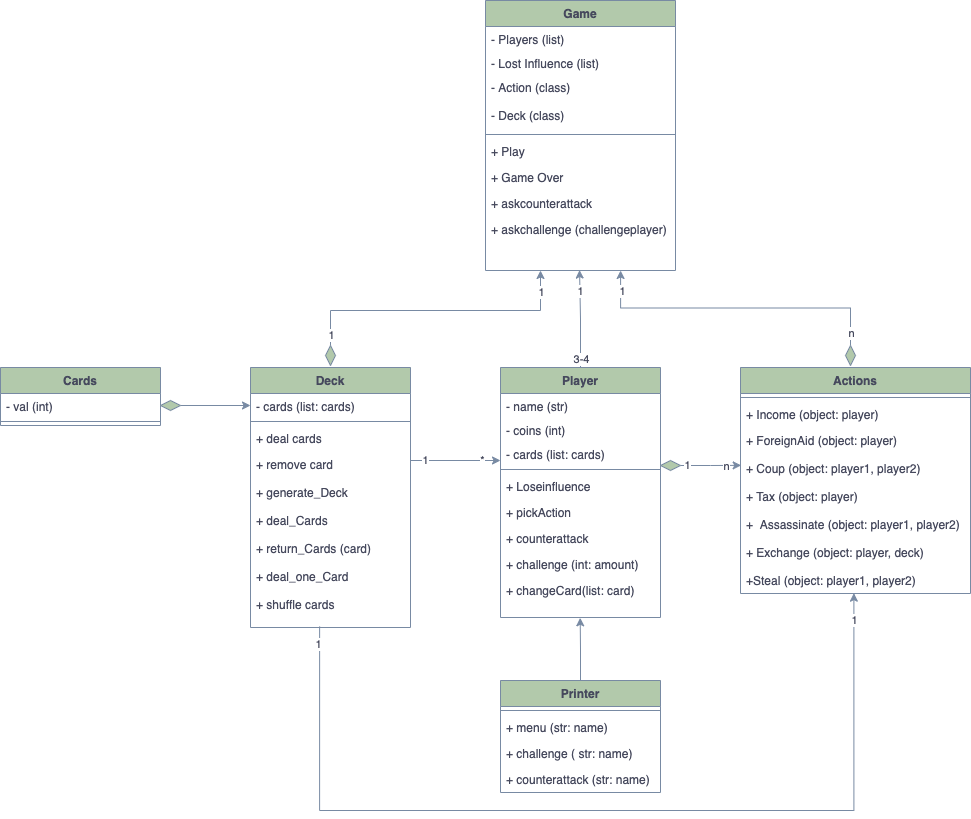
ICC3103-202110/proyecto-01-pizarro_montero keeps this draw.io diagram as Proyecto1_POO.png. Above is the earlier version. Source tidied: cells renumbered, new cells last; positions are measured from the earlier drawing's top-left corner, leaving out a move shared by most shapes. Its diagram source:
```xml
<mxGraphModel>
  <root>
    <mxCell id="0" />
    <mxCell id="1" parent="0" />
    <mxCell id="2" style="edgeStyle=orthogonalEdgeStyle;rounded=0;jettySize=auto;html=1;entryX=0.495;entryY=0.992;entryDx=0;entryDy=0;entryPerimeter=0;fillColor=#B2C9AB;startArrow=none;exitX=0.5;exitY=0;exitDx=0;exitDy=0;strokeColor=#788AA3;fontColor=#46495D;" parent="1" edge="1" source="5" target="44">
      <mxGeometry relative="1" as="geometry" />
    </mxCell>
    <mxCell id="3" value="3-4" style="edgeLabel;html=1;align=center;verticalAlign=middle;fontColor=#46495D;" parent="2" vertex="1">
      <mxGeometry x="-0.82" relative="1" as="geometry" />
    </mxCell>
    <mxCell id="4" value="1" style="edgeLabel;html=1;align=center;verticalAlign=middle;fontColor=#46495D;" parent="2" vertex="1">
      <mxGeometry x="0.56" relative="1" as="geometry" />
    </mxCell>
    <mxCell id="5" value="Player" style="swimlane;fontStyle=1;align=center;verticalAlign=top;horizontal=1;startSize=26;fillColor=#B2C9AB;fontColor=#46495D;strokeColor=#788AA3;" parent="1" vertex="1">
      <mxGeometry x="500" y="367" width="160" height="250" as="geometry" />
    </mxCell>
    <mxCell id="6" value="- name (str)&#10;" style="text;strokeColor=none;fillColor=none;align=left;verticalAlign=top;spacingLeft=4;spacingRight=4;overflow=hidden;fontColor=#46495D;" parent="5" vertex="1">
      <mxGeometry y="26" width="160" height="24" as="geometry" />
    </mxCell>
    <mxCell id="7" value="- coins (int)&#10;" style="text;strokeColor=none;fillColor=none;align=left;verticalAlign=top;spacingLeft=4;spacingRight=4;overflow=hidden;fontColor=#46495D;" parent="5" vertex="1">
      <mxGeometry y="50" width="160" height="24" as="geometry" />
    </mxCell>
    <mxCell id="8" value="- cards (list: cards)" style="text;strokeColor=none;fillColor=none;align=left;verticalAlign=top;spacingLeft=4;spacingRight=4;overflow=hidden;fontColor=#46495D;" parent="5" vertex="1">
      <mxGeometry y="74" width="160" height="24" as="geometry" />
    </mxCell>
    <mxCell id="9" style="line;strokeWidth=1;fillColor=none;align=left;verticalAlign=middle;spacingTop=-1;spacingLeft=3;spacingRight=3;labelPosition=right;fontColor=#46495D;strokeColor=#788AA3;" parent="5" vertex="1">
      <mxGeometry y="98" width="160" height="8" as="geometry" />
    </mxCell>
    <mxCell id="10" value="+ Loseinfluence" style="text;strokeColor=none;fillColor=none;align=left;verticalAlign=top;spacingLeft=4;spacingRight=4;overflow=hidden;fontColor=#46495D;" parent="5" vertex="1">
      <mxGeometry y="106" width="160" height="26" as="geometry" />
    </mxCell>
    <mxCell id="11" value="+ pickAction" style="text;strokeColor=none;fillColor=none;align=left;verticalAlign=top;spacingLeft=4;spacingRight=4;overflow=hidden;fontColor=#46495D;" parent="5" vertex="1">
      <mxGeometry y="132" width="160" height="26" as="geometry" />
    </mxCell>
    <mxCell id="12" value="+ counterattack" style="text;strokeColor=none;fillColor=none;align=left;verticalAlign=top;spacingLeft=4;spacingRight=4;overflow=hidden;fontColor=#46495D;" parent="5" vertex="1">
      <mxGeometry y="158" width="160" height="26" as="geometry" />
    </mxCell>
    <mxCell id="13" value="+ challenge (int: amount)" style="text;strokeColor=none;fillColor=none;align=left;verticalAlign=top;spacingLeft=4;spacingRight=4;overflow=hidden;fontColor=#46495D;" parent="5" vertex="1">
      <mxGeometry y="184" width="160" height="26" as="geometry" />
    </mxCell>
    <mxCell id="14" value="+ changeCard(list: card)" style="text;strokeColor=none;fillColor=none;align=left;verticalAlign=top;spacingLeft=4;spacingRight=4;overflow=hidden;points=[[0,0.5],[1,0.5]];portConstraint=eastwest;fontColor=#46495D;" parent="5" vertex="1">
      <mxGeometry y="210" width="160" height="40" as="geometry" />
    </mxCell>
    <mxCell id="15" value="Actions" style="swimlane;fontStyle=1;align=center;verticalAlign=top;horizontal=1;startSize=26;strokeColor=#788AA3;fillColor=#B2C9AB;fontColor=#46495D;" parent="1" vertex="1">
      <mxGeometry x="740" y="367" width="230" height="226" as="geometry" />
    </mxCell>
    <mxCell id="16" style="line;strokeWidth=1;fillColor=none;align=left;verticalAlign=middle;spacingTop=-1;spacingLeft=3;spacingRight=3;labelPosition=right;fontColor=#46495D;strokeColor=#788AA3;" parent="15" vertex="1">
      <mxGeometry y="26" width="230" height="8" as="geometry" />
    </mxCell>
    <mxCell id="17" value="+ Income (object: player)" style="text;strokeColor=none;fillColor=none;align=left;verticalAlign=top;spacingLeft=4;spacingRight=4;overflow=hidden;fontColor=#46495D;" parent="15" vertex="1">
      <mxGeometry y="34" width="230" height="26" as="geometry" />
    </mxCell>
    <mxCell id="18" value="+ ForeignAid (object: player)&#10;&#10;+ Coup (object: player1, player2)&#10;&#10;+ Tax (object: player)&#10;&#10;+  Assassinate (object: player1, player2)&#10;&#10;+ Exchange (object: player, deck)&#10;&#10;+Steal (object: player1, player2)" style="text;strokeColor=none;fillColor=none;align=left;verticalAlign=top;spacingLeft=4;spacingRight=4;overflow=hidden;points=[[0,0.5],[1,0.5]];portConstraint=eastwest;fontColor=#46495D;" parent="15" vertex="1">
      <mxGeometry y="60" width="230" height="166" as="geometry" />
    </mxCell>
    <mxCell id="19" style="edgeStyle=orthogonalEdgeStyle;rounded=0;jettySize=auto;html=1;entryX=0.498;entryY=1.008;entryDx=0;entryDy=0;entryPerimeter=0;fillColor=#B2C9AB;strokeColor=#788AA3;fontColor=#46495D;" parent="1" edge="1" source="20" target="14">
      <mxGeometry relative="1" as="geometry" />
    </mxCell>
    <mxCell id="20" value="Printer" style="swimlane;fontStyle=1;align=center;verticalAlign=top;horizontal=1;startSize=26;strokeColor=#788AA3;fillColor=#B2C9AB;fontColor=#46495D;" parent="1" vertex="1">
      <mxGeometry x="500" y="680" width="160" height="112" as="geometry" />
    </mxCell>
    <mxCell id="21" style="line;strokeWidth=1;fillColor=none;align=left;verticalAlign=middle;spacingTop=-1;spacingLeft=3;spacingRight=3;labelPosition=right;fontColor=#46495D;strokeColor=#788AA3;" parent="20" vertex="1">
      <mxGeometry y="26" width="160" height="8" as="geometry" />
    </mxCell>
    <mxCell id="22" value="+ menu (str: name)" style="text;strokeColor=none;fillColor=none;align=left;verticalAlign=top;spacingLeft=4;spacingRight=4;overflow=hidden;fontColor=#46495D;" parent="20" vertex="1">
      <mxGeometry y="34" width="160" height="26" as="geometry" />
    </mxCell>
    <mxCell id="23" value="+ challenge ( str: name)" style="text;strokeColor=none;fillColor=none;align=left;verticalAlign=top;spacingLeft=4;spacingRight=4;overflow=hidden;fontColor=#46495D;" parent="20" vertex="1">
      <mxGeometry y="60" width="160" height="26" as="geometry" />
    </mxCell>
    <mxCell id="24" value="+ counterattack (str: name)" style="text;strokeColor=none;fillColor=none;align=left;verticalAlign=top;spacingLeft=4;spacingRight=4;overflow=hidden;fontColor=#46495D;" parent="20" vertex="1">
      <mxGeometry y="86" width="160" height="26" as="geometry" />
    </mxCell>
    <mxCell id="25" value="Cards" style="swimlane;fontStyle=1;align=center;verticalAlign=top;horizontal=1;startSize=26;strokeColor=#788AA3;fillColor=#B2C9AB;fontColor=#46495D;" parent="1" vertex="1">
      <mxGeometry y="367" width="160" height="58" as="geometry" />
    </mxCell>
    <mxCell id="26" value="- val (int)" style="text;strokeColor=none;fillColor=none;align=left;verticalAlign=top;spacingLeft=4;spacingRight=4;overflow=hidden;points=[[0,0.5],[1,0.5]];portConstraint=eastwest;fontColor=#46495D;" parent="25" vertex="1">
      <mxGeometry y="26" width="160" height="24" as="geometry" />
    </mxCell>
    <mxCell id="27" style="line;strokeWidth=1;fillColor=none;align=left;verticalAlign=middle;spacingTop=-1;spacingLeft=3;spacingRight=3;labelPosition=right;fontColor=#46495D;strokeColor=#788AA3;" parent="25" vertex="1">
      <mxGeometry y="50" width="160" height="8" as="geometry" />
    </mxCell>
    <mxCell id="28" style="edgeStyle=orthogonalEdgeStyle;rounded=0;jettySize=auto;html=1;exitX=0;exitY=0.5;exitDx=0;exitDy=0;fillColor=#B2C9AB;startArrow=none;strokeColor=#788AA3;fontColor=#46495D;" parent="1" edge="1" source="52" target="44">
      <mxGeometry relative="1" as="geometry">
        <Array as="points">
          <mxPoint x="330" y="310" />
          <mxPoint x="540" y="310" />
        </Array>
      </mxGeometry>
    </mxCell>
    <mxCell id="29" value="1" style="edgeLabel;html=1;align=center;verticalAlign=middle;fontColor=#46495D;" parent="28" vertex="1">
      <mxGeometry x="-0.92" y="2" relative="1" as="geometry">
        <mxPoint x="2" as="offset" />
      </mxGeometry>
    </mxCell>
    <mxCell id="30" value="1" style="edgeLabel;html=1;align=center;verticalAlign=middle;fontColor=#46495D;" parent="28" vertex="1">
      <mxGeometry x="0.89" y="2" relative="1" as="geometry">
        <mxPoint x="2" y="5" as="offset" />
      </mxGeometry>
    </mxCell>
    <mxCell id="31" value="Deck" style="swimlane;fontStyle=1;align=center;verticalAlign=top;horizontal=1;startSize=26;strokeColor=#788AA3;fillColor=#B2C9AB;fontColor=#46495D;" parent="1" vertex="1">
      <mxGeometry x="250" y="367" width="160" height="260" as="geometry" />
    </mxCell>
    <mxCell id="32" value="- cards (list: cards)" style="text;strokeColor=none;fillColor=none;align=left;verticalAlign=top;spacingLeft=4;spacingRight=4;overflow=hidden;points=[[0,0.5],[1,0.5]];portConstraint=eastwest;fontColor=#46495D;" parent="31" vertex="1">
      <mxGeometry y="26" width="160" height="24" as="geometry" />
    </mxCell>
    <mxCell id="33" style="line;strokeWidth=1;fillColor=none;align=left;verticalAlign=middle;spacingTop=-1;spacingLeft=3;spacingRight=3;labelPosition=right;fontColor=#46495D;strokeColor=#788AA3;" parent="31" vertex="1">
      <mxGeometry y="50" width="160" height="8" as="geometry" />
    </mxCell>
    <mxCell id="34" value="+ deal cards  " style="text;strokeColor=none;fillColor=none;align=left;verticalAlign=top;spacingLeft=4;spacingRight=4;overflow=hidden;fontColor=#46495D;" parent="31" vertex="1">
      <mxGeometry y="58" width="160" height="26" as="geometry" />
    </mxCell>
    <mxCell id="35" value="+ remove card &#10;&#10;+ generate_Deck&#10;&#10;+ deal_Cards&#10;&#10;+ return_Cards (card)&#10;&#10;+ deal_one_Card&#10;&#10;+ shuffle cards" style="text;strokeColor=none;fillColor=none;align=left;verticalAlign=top;spacingLeft=4;spacingRight=4;overflow=hidden;points=[[0,0.5],[1,0.5]];portConstraint=eastwest;fontColor=#46495D;" parent="31" vertex="1">
      <mxGeometry y="84" width="160" height="176" as="geometry" />
    </mxCell>
    <mxCell id="36" value="Game" style="swimlane;fontStyle=1;align=center;verticalAlign=top;horizontal=1;startSize=26;strokeColor=#788AA3;fillColor=#B2C9AB;fontColor=#46495D;" parent="1" vertex="1">
      <mxGeometry x="485" width="190" height="270" as="geometry" />
    </mxCell>
    <mxCell id="37" value="- Players (list)" style="text;strokeColor=none;fillColor=none;align=left;verticalAlign=top;spacingLeft=4;spacingRight=4;overflow=hidden;fontColor=#46495D;" parent="36" vertex="1">
      <mxGeometry y="26" width="190" height="24" as="geometry" />
    </mxCell>
    <mxCell id="38" value="- Lost Influence (list)" style="text;strokeColor=none;fillColor=none;align=left;verticalAlign=top;spacingLeft=4;spacingRight=4;overflow=hidden;fontColor=#46495D;" parent="36" vertex="1">
      <mxGeometry y="50" width="190" height="24" as="geometry" />
    </mxCell>
    <mxCell id="39" value="- Action (class) &#10;&#10;- Deck (class)" style="text;strokeColor=none;fillColor=none;align=left;verticalAlign=top;spacingLeft=4;spacingRight=4;overflow=hidden;fontColor=#46495D;" parent="36" vertex="1">
      <mxGeometry y="74" width="190" height="56" as="geometry" />
    </mxCell>
    <mxCell id="40" style="line;strokeWidth=1;fillColor=none;align=left;verticalAlign=middle;spacingTop=-1;spacingLeft=3;spacingRight=3;labelPosition=right;fontColor=#46495D;strokeColor=#788AA3;" parent="36" vertex="1">
      <mxGeometry y="130" width="190" height="8" as="geometry" />
    </mxCell>
    <mxCell id="41" value="+ Play" style="text;strokeColor=none;fillColor=none;align=left;verticalAlign=top;spacingLeft=4;spacingRight=4;overflow=hidden;fontColor=#46495D;" parent="36" vertex="1">
      <mxGeometry y="138" width="190" height="26" as="geometry" />
    </mxCell>
    <mxCell id="42" value="+ Game Over&#10;" style="text;strokeColor=none;fillColor=none;align=left;verticalAlign=top;spacingLeft=4;spacingRight=4;overflow=hidden;fontColor=#46495D;" parent="36" vertex="1">
      <mxGeometry y="164" width="190" height="26" as="geometry" />
    </mxCell>
    <mxCell id="43" value="+ askcounterattack&#10;" style="text;strokeColor=none;fillColor=none;align=left;verticalAlign=top;spacingLeft=4;spacingRight=4;overflow=hidden;fontColor=#46495D;" parent="36" vertex="1">
      <mxGeometry y="190" width="190" height="26" as="geometry" />
    </mxCell>
    <mxCell id="44" value="+ askchallenge (challengeplayer)" style="text;strokeColor=none;fillColor=none;align=left;verticalAlign=top;spacingLeft=4;spacingRight=4;overflow=hidden;points=[[0,0.5],[1,0.5]];portConstraint=eastwest;fontColor=#46495D;" parent="36" vertex="1">
      <mxGeometry y="216" width="190" height="54" as="geometry" />
    </mxCell>
    <mxCell id="45" style="edgeStyle=orthogonalEdgeStyle;rounded=0;jettySize=auto;html=1;exitX=1;exitY=0.5;exitDx=0;exitDy=0;entryX=0;entryY=0.5;entryDx=0;entryDy=0;fillColor=#B2C9AB;startArrow=none;strokeColor=#788AA3;fontColor=#46495D;" parent="1" edge="1" source="50" target="32">
      <mxGeometry relative="1" as="geometry" />
    </mxCell>
    <mxCell id="46" style="edgeStyle=orthogonalEdgeStyle;rounded=0;jettySize=auto;html=1;exitX=1;exitY=0.5;exitDx=0;exitDy=0;entryX=0.003;entryY=0.228;entryDx=0;entryDy=0;entryPerimeter=0;fillColor=#B2C9AB;strokeColor=#788AA3;fontColor=#46495D;" parent="1" edge="1" source="49" target="18">
      <mxGeometry relative="1" as="geometry" />
    </mxCell>
    <mxCell id="47" value="1" style="edgeLabel;html=1;align=center;verticalAlign=middle;fontColor=#46495D;" parent="46" vertex="1">
      <mxGeometry x="-0.8" y="1" relative="1" as="geometry" />
    </mxCell>
    <mxCell id="48" value="n" style="edgeLabel;html=1;align=center;verticalAlign=middle;fontColor=#46495D;" parent="46" vertex="1">
      <mxGeometry x="0.51" y="-1" relative="1" as="geometry" />
    </mxCell>
    <mxCell id="49" style="rhombus;whiteSpace=wrap;html=1;fillColor=#B2C9AB;strokeColor=#788AA3;fontColor=#46495D;" parent="1" vertex="1">
      <mxGeometry x="660" y="460" width="20" height="10" as="geometry" />
    </mxCell>
    <mxCell id="50" style="rhombus;whiteSpace=wrap;html=1;fillColor=#B2C9AB;strokeColor=#788AA3;fontColor=#46495D;" parent="1" vertex="1">
      <mxGeometry x="160" y="400" width="20" height="10" as="geometry" />
    </mxCell>
    <mxCell id="51" style="edgeStyle=orthogonalEdgeStyle;rounded=0;jettySize=auto;html=1;exitX=1;exitY=0.5;exitDx=0;exitDy=0;entryX=0;entryY=0.5;entryDx=0;entryDy=0;fillColor=#B2C9AB;endArrow=none;strokeColor=#788AA3;fontColor=#46495D;" parent="1" edge="1" source="26" target="50">
      <mxGeometry relative="1" as="geometry" />
    </mxCell>
    <mxCell id="52" style="rhombus;whiteSpace=wrap;html=1;fillColor=#B2C9AB;rotation=90;strokeColor=#788AA3;fontColor=#46495D;" parent="1" vertex="1">
      <mxGeometry x="320" y="350" width="20" height="10" as="geometry" />
    </mxCell>
    <mxCell id="53" style="edgeStyle=orthogonalEdgeStyle;rounded=0;jettySize=auto;html=1;exitX=0;exitY=0.5;exitDx=0;exitDy=0;entryX=0.711;entryY=1;entryDx=0;entryDy=0;entryPerimeter=0;fillColor=#B2C9AB;strokeColor=#788AA3;fontColor=#46495D;" parent="1" edge="1" source="56" target="44">
      <mxGeometry relative="1" as="geometry" />
    </mxCell>
    <mxCell id="54" value="n" style="edgeLabel;html=1;align=center;verticalAlign=middle;fontColor=#46495D;" parent="53" vertex="1">
      <mxGeometry x="-0.92" relative="1" as="geometry" />
    </mxCell>
    <mxCell id="55" value="1" style="edgeLabel;html=1;align=center;verticalAlign=middle;fontColor=#46495D;" parent="53" vertex="1">
      <mxGeometry x="0.86" y="-1" relative="1" as="geometry" />
    </mxCell>
    <mxCell id="56" style="rhombus;whiteSpace=wrap;html=1;fillColor=#B2C9AB;rotation=90;strokeColor=#788AA3;fontColor=#46495D;" parent="1" vertex="1">
      <mxGeometry x="840" y="350" width="20" height="10" as="geometry" />
    </mxCell>
    <mxCell id="57" style="edgeStyle=orthogonalEdgeStyle;rounded=0;jettySize=auto;html=1;exitX=1;exitY=0.5;exitDx=0;exitDy=0;fillColor=#B2C9AB;strokeColor=#788AA3;fontColor=#46495D;" parent="1" edge="1" source="35">
      <mxGeometry relative="1" as="geometry">
        <mxPoint x="500" y="460" as="targetPoint" />
        <Array as="points">
          <mxPoint x="410" y="460" />
          <mxPoint x="500" y="460" />
        </Array>
      </mxGeometry>
    </mxCell>
    <mxCell id="58" value="1" style="edgeLabel;html=1;align=center;verticalAlign=middle;fontColor=#46495D;" parent="57" vertex="1">
      <mxGeometry x="0.1" y="1" relative="1" as="geometry" />
    </mxCell>
    <mxCell id="59" value="*" style="edgeLabel;html=1;align=center;verticalAlign=middle;fontColor=#46495D;" parent="57" vertex="1">
      <mxGeometry x="0.77" y="1" relative="1" as="geometry" />
    </mxCell>
    <mxCell id="60" style="edgeStyle=orthogonalEdgeStyle;rounded=0;jettySize=auto;html=1;exitX=0.432;exitY=0.994;exitDx=0;exitDy=0;fillColor=#B2C9AB;exitPerimeter=0;entryX=0.493;entryY=0.998;entryDx=0;entryDy=0;entryPerimeter=0;strokeColor=#788AA3;fontColor=#46495D;" parent="1" edge="1" source="35" target="18">
      <mxGeometry relative="1" as="geometry">
        <Array as="points">
          <mxPoint x="319" y="810" />
          <mxPoint x="853" y="810" />
        </Array>
      </mxGeometry>
    </mxCell>
    <mxCell id="61" value="1" style="edgeLabel;html=1;align=center;verticalAlign=middle;fontColor=#46495D;" parent="60" vertex="1">
      <mxGeometry x="-0.96" y="-2" relative="1" as="geometry" />
    </mxCell>
    <mxCell id="62" value="1" style="edgeLabel;html=1;align=center;verticalAlign=middle;fontColor=#46495D;" parent="60" vertex="1">
      <mxGeometry x="0.94" relative="1" as="geometry" />
    </mxCell>
  </root>
</mxGraphModel>
```
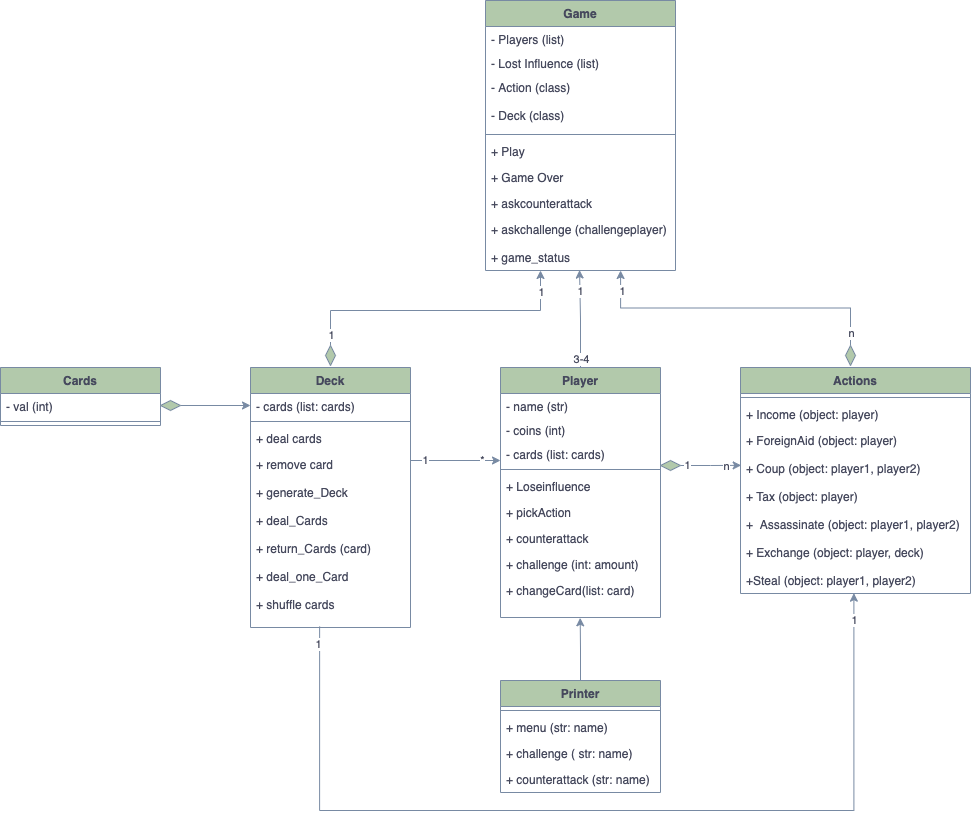
The same diagram one commit later.

Diff of the diagram source:
```diff
@@ -137,7 +137,7 @@
     <mxCell id="43" value="+ askcounterattack&#10;" style="text;strokeColor=none;fillColor=none;align=left;verticalAlign=top;spacingLeft=4;spacingRight=4;overflow=hidden;fontColor=#46495D;" parent="36" vertex="1">
       <mxGeometry y="190" width="190" height="26" as="geometry" />
     </mxCell>
-    <mxCell id="44" value="+ askchallenge (challengeplayer)" style="text;strokeColor=none;fillColor=none;align=left;verticalAlign=top;spacingLeft=4;spacingRight=4;overflow=hidden;points=[[0,0.5],[1,0.5]];portConstraint=eastwest;fontColor=#46495D;" parent="36" vertex="1">
+    <mxCell id="44" value="+ askchallenge (challengeplayer)&#10;&#10;+ game_status" style="text;strokeColor=none;fillColor=none;align=left;verticalAlign=top;spacingLeft=4;spacingRight=4;overflow=hidden;points=[[0,0.5],[1,0.5]];portConstraint=eastwest;fontColor=#46495D;" parent="36" vertex="1">
       <mxGeometry y="216" width="190" height="54" as="geometry" />
     </mxCell>
     <mxCell id="45" style="edgeStyle=orthogonalEdgeStyle;rounded=0;jettySize=auto;html=1;exitX=1;exitY=0.5;exitDx=0;exitDy=0;entryX=0;entryY=0.5;entryDx=0;entryDy=0;fillColor=#B2C9AB;startArrow=none;strokeColor=#788AA3;fontColor=#46495D;" parent="1" edge="1" source="50" target="32">
```
